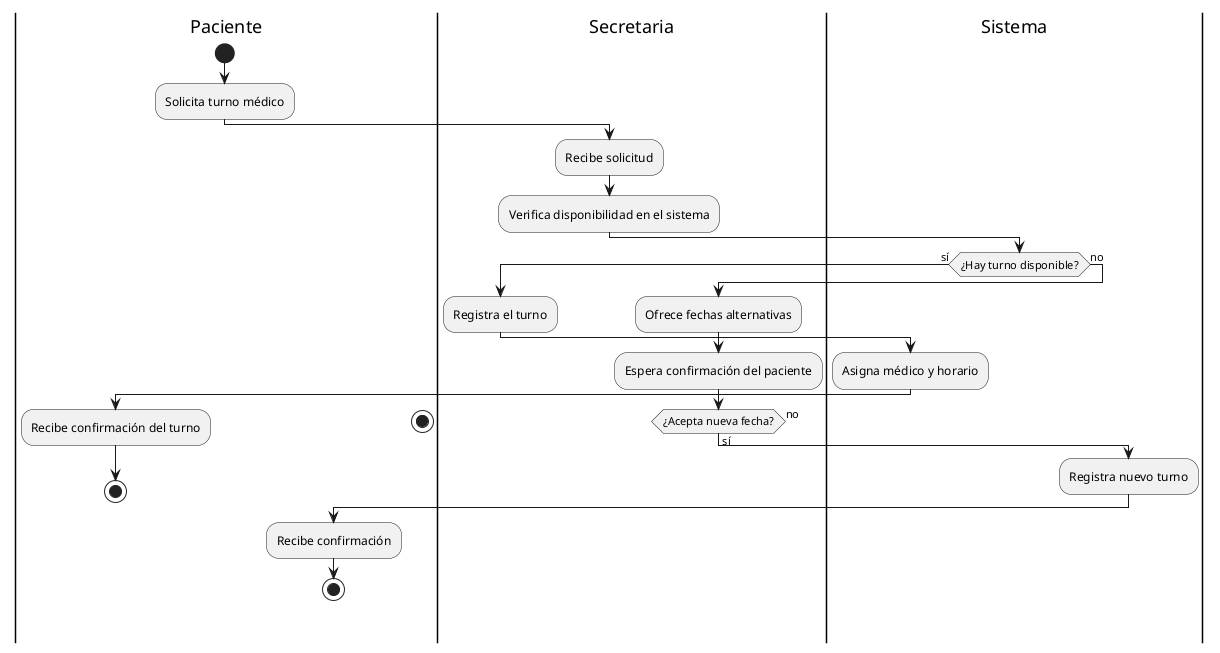
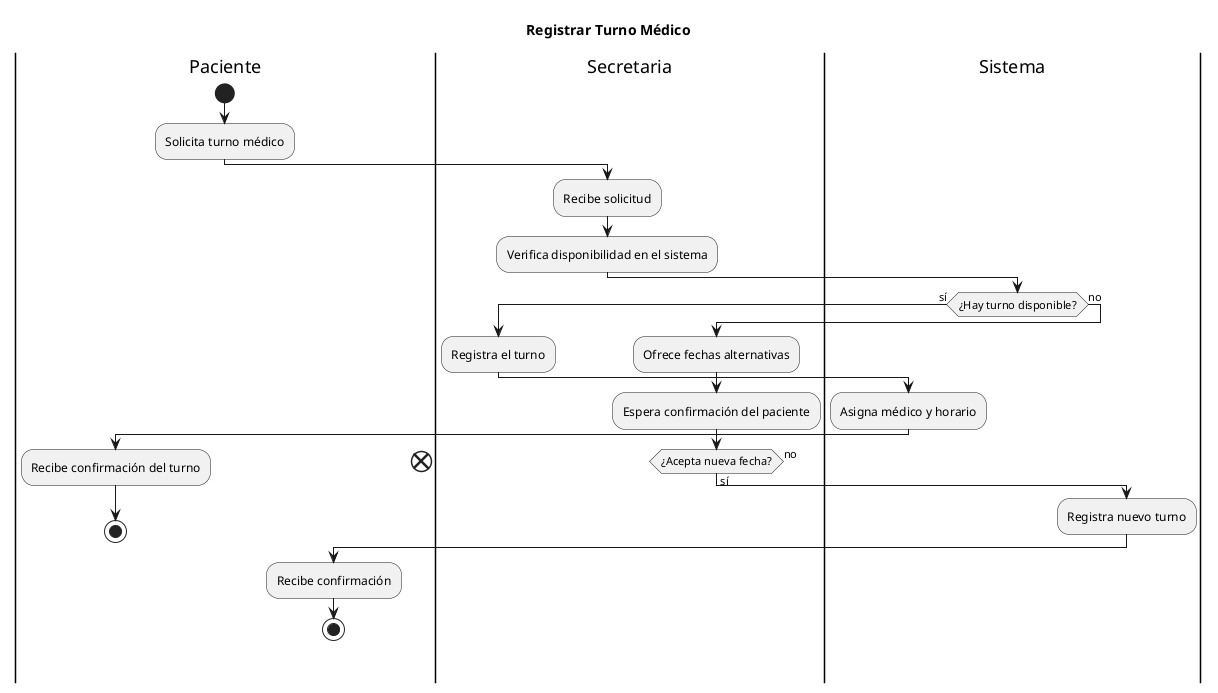
@startuml
+ title "Registrar Turno Médico"
|Paciente|
start
:Solicita turno médico;

|Secretaria|
:Recibe solicitud;
:Verifica disponibilidad en el sistema;

|Sistema|
if (¿Hay turno disponible?) then (sí)
  |Secretaria|
  :Registra el turno;
  |Sistema|
  :Asigna médico y horario;
  |Paciente|
  :Recibe confirmación del turno;
  stop
else (no)
  |Secretaria|
  :Ofrece fechas alternativas;
  :Espera confirmación del paciente;
  if (¿Acepta nueva fecha?) then (sí)
    |Sistema|
    :Registra nuevo turno;
    |Paciente|
    :Recibe confirmación;
    stop
  else (no)
-     stop
+     end
  endif
endif
@enduml